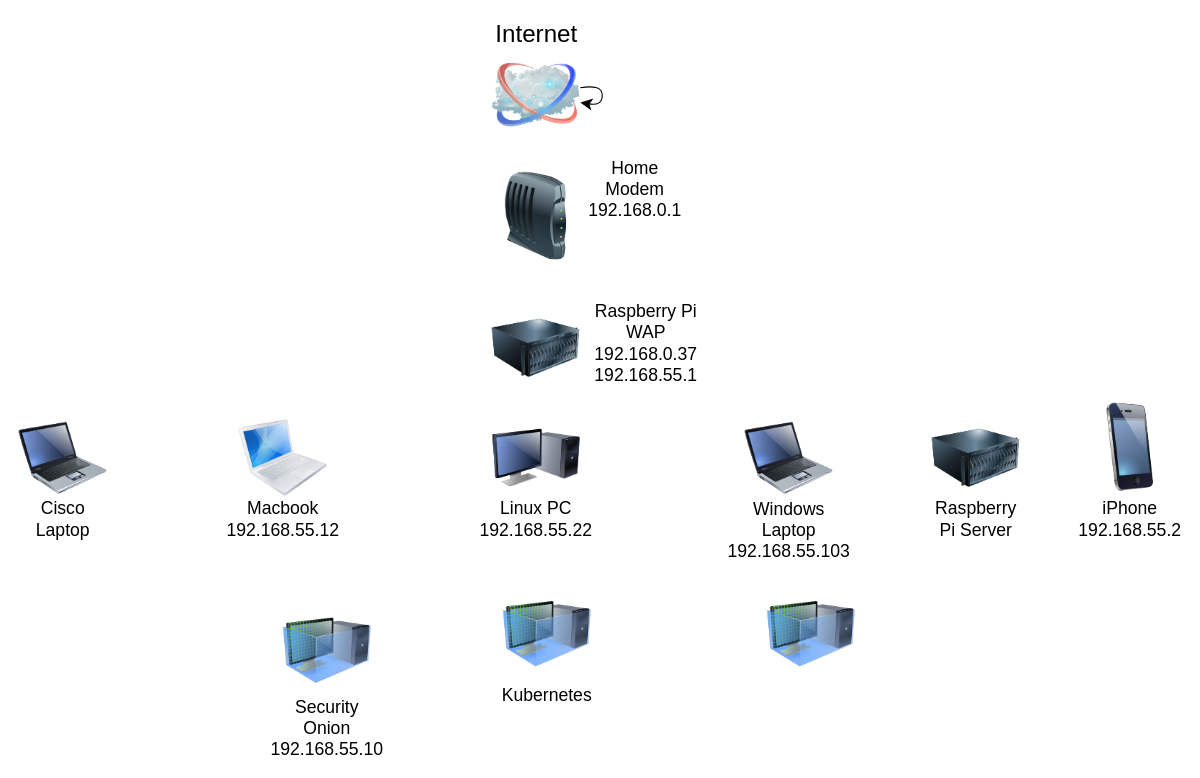
cyberqueenmeg/cyberqueen-meg keeps this draw.io diagram as homelabv1.drawio. Above is the earlier version. Source tidied: cells renumbered, new cells numbered last; positions are measured from the earlier drawing's top-left corner, leaving out a move shared by most shapes. Both pictures are drawn from the tidied source at 110%, with x=0, y=0 at pixel (19, 51).
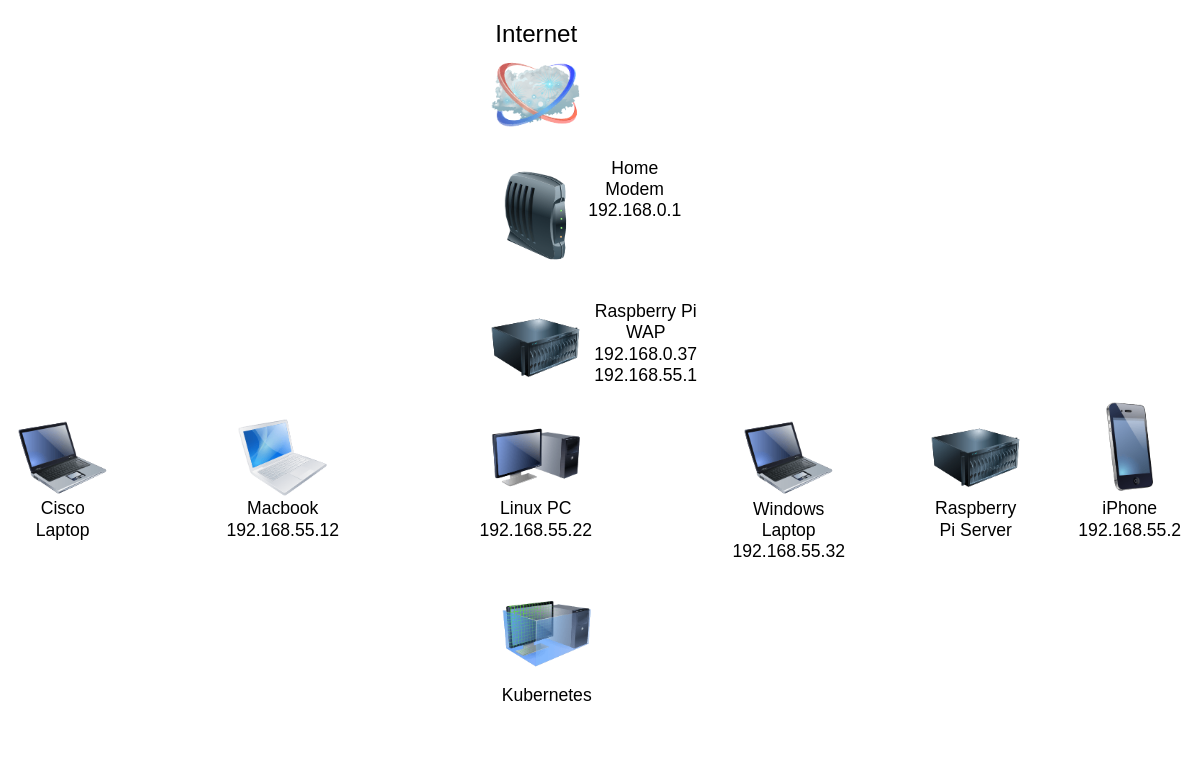
Above is the later version.

Unchanged cells that the change refers to:
```xml
<mxCell id="2" value="Internet" style="image;html=1;labelBackgroundColor=#ffffff;image=img/lib/clip_art/networking/Cloud_128x128.png;rounded=1;shadow=0;comic=0;strokeWidth=2;fontSize=22;labelPosition=center;verticalLabelPosition=top;align=center;verticalAlign=bottom;" parent="1" vertex="1">
  <mxGeometry x="430" width="80" height="80" as="geometry" />
</mxCell>
```

Change to the diagram source:
```diff
@@
-    <mxCell id="11" style="edgeStyle=none;curved=1;rounded=0;orthogonalLoop=1;jettySize=auto;html=1;fontSize=12;startSize=8;endSize=8;" parent="1" edge="1" source="2" target="2">
-      <mxGeometry relative="1" as="geometry" />
-    </mxCell>
-    <mxCell id="12" style="image;html=1;image=img/lib/clip_art/computers/Virtual_Machine_128x128.png;fontSize=16;" parent="1" vertex="1">
-      <mxGeometry x="240" y="505" width="80" height="80" as="geometry" />
-    </mxCell>
-    <mxCell id="13" style="image;html=1;image=img/lib/clip_art/computers/Virtual_Machine_128x128.png;fontSize=16;" parent="1" vertex="1">
-      <mxGeometry x="680" y="490" width="80" height="80" as="geometry" />
-    </mxCell>
@@
-    <mxCell id="16" value="Security Onion&lt;br&gt;192.168.55.10" style="text;html=1;strokeColor=none;fillColor=none;align=center;verticalAlign=middle;whiteSpace=wrap;rounded=0;fontSize=16;" parent="1" vertex="1">
-      <mxGeometry x="250" y="600" width="60" height="30" as="geometry" />
-    </mxCell>
@@
-    <mxCell id="21" value="Windows Laptop&lt;br&gt;192.168.55.103" style="text;html=1;strokeColor=none;fillColor=none;align=center;verticalAlign=middle;whiteSpace=wrap;rounded=0;fontSize=16;" parent="1" vertex="1">
+    <mxCell id="21" value="Windows Laptop&lt;br&gt;192.168.55.32" style="text;html=1;strokeColor=none;fillColor=none;align=center;verticalAlign=middle;whiteSpace=wrap;rounded=0;fontSize=16;" parent="1" vertex="1">
       <mxGeometry x="670" y="420" width="60" height="30" as="geometry" />
     </mxCell>
```
